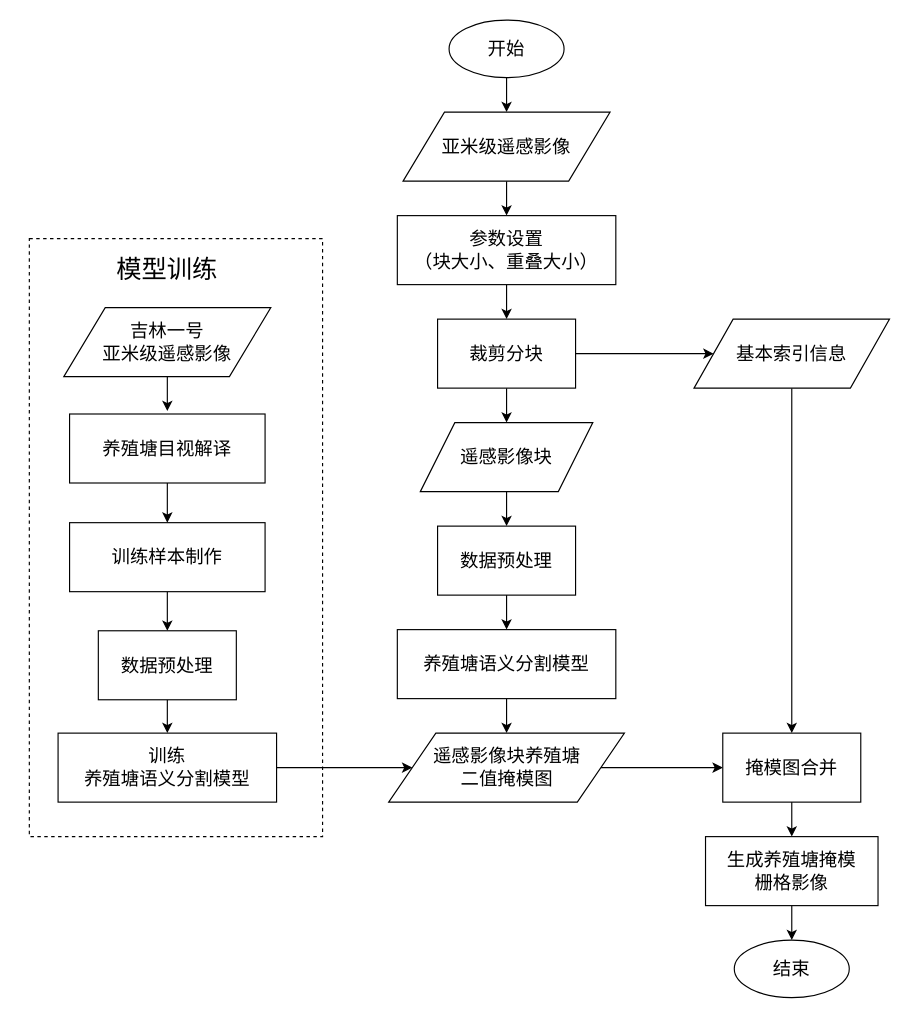
Earlier version of the draw.io diagram 养殖塘检测方法专利框架图(终) .drawio (yongli-Hu11/draw.io). Source tidied: cells renumbered, new cells numbered last; positions are measured from the earlier drawing's top-left corner, leaving out a move shared by most shapes. Both pictures are drawn from the tidied source at 115%, with x=0, y=0 at pixel (29, 20).
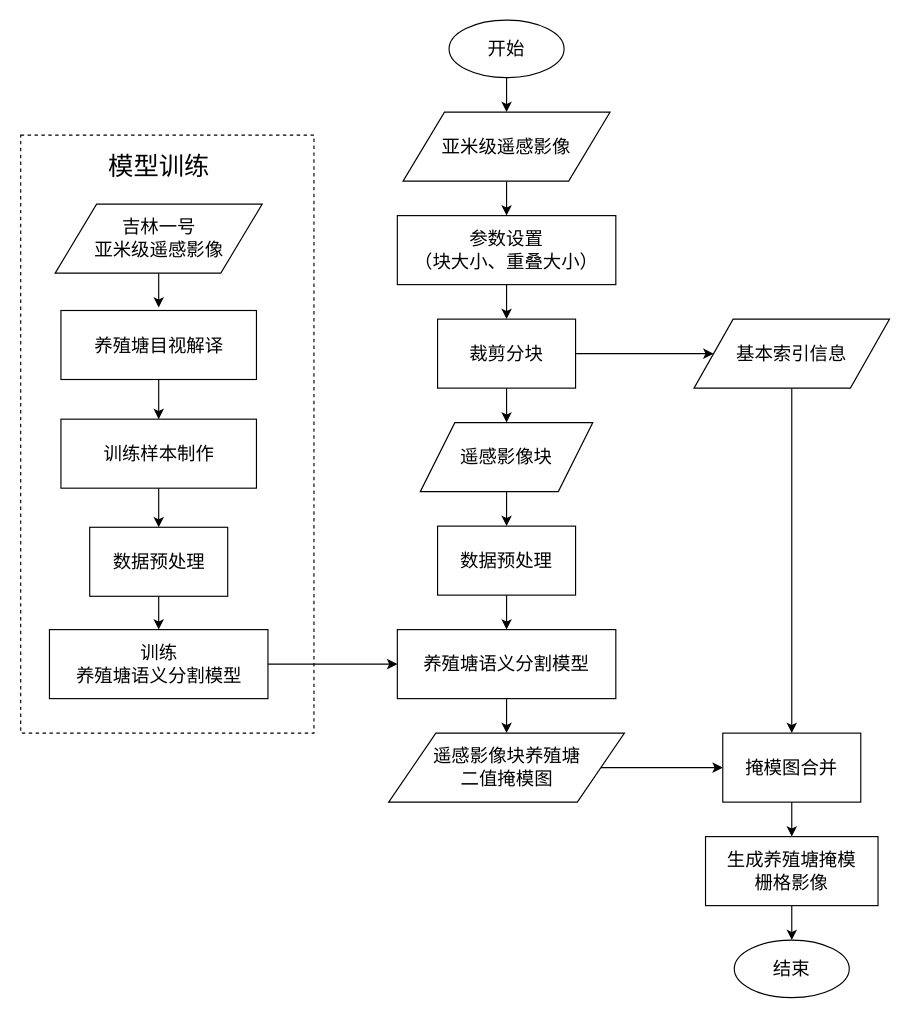
After the change.

Commit message:
Update 养殖塘检测方法专利框架图(终) .drawio

Unchanged cells that the change refers to:
```xml
<mxCell id="16" value="养殖塘语义分割模型" style="rounded=0;whiteSpace=wrap;html=1;fontSize=16;" parent="1" vertex="1">
  <mxGeometry x="320" y="530" width="190" height="60" as="geometry" />
</mxCell>
<mxCell id="20" value="遥感影像块养殖塘&lt;br&gt;二值掩模图" style="shape=parallelogram;perimeter=parallelogramPerimeter;whiteSpace=wrap;html=1;fontSize=16;" parent="1" vertex="1">
  <mxGeometry x="312.5" y="620" width="205" height="60" as="geometry" />
</mxCell>
```

Change to the diagram source:
```diff
@@
     <mxCell id="2" style="rounded=0;whiteSpace=wrap;html=1;dashed=1;" parent="1" vertex="1">
-      <mxGeometry y="190" width="255" height="520" as="geometry" />
+      <mxGeometry x="-7.5" y="100" width="255" height="520" as="geometry" />
     </mxCell>
@@
     <mxCell id="27" style="edgeStyle=orthogonalEdgeStyle;rounded=0;jettySize=auto;html=1;exitX=0.5;exitY=1;exitDx=0;exitDy=0;" parent="1" edge="1" source="28">
       <mxGeometry relative="1" as="geometry">
-        <mxPoint x="120" y="340" as="targetPoint" />
+        <mxPoint x="112.5" y="250" as="targetPoint" />
       </mxGeometry>
     </mxCell>
     <mxCell id="28" value="吉林一号&lt;br&gt;亚米级遥感影像" style="shape=parallelogram;perimeter=parallelogramPerimeter;whiteSpace=wrap;html=1;fontSize=16;" parent="1" vertex="1">
-      <mxGeometry x="30" y="250" width="180" height="60" as="geometry" />
+      <mxGeometry x="22.5" y="160" width="180" height="60" as="geometry" />
     </mxCell>
@@
     <mxCell id="30" value="养殖塘目视解译" style="rounded=0;whiteSpace=wrap;html=1;fontSize=16;" parent="1" vertex="1">
-      <mxGeometry x="35" y="342.5" width="170" height="60" as="geometry" />
+      <mxGeometry x="27.5" y="252.5" width="170" height="60" as="geometry" />
     </mxCell>
@@
     <mxCell id="32" value="训练样本制作" style="rounded=0;whiteSpace=wrap;html=1;fontSize=16;" parent="1" vertex="1">
-      <mxGeometry x="35" y="437" width="170" height="60" as="geometry" />
+      <mxGeometry x="27.5" y="347" width="170" height="60" as="geometry" />
     </mxCell>
-    <mxCell id="33" style="edgeStyle=orthogonalEdgeStyle;rounded=0;jettySize=auto;html=1;exitX=1;exitY=0.5;exitDx=0;exitDy=0;entryX=0;entryY=0.5;entryDx=0;entryDy=0;" parent="1" edge="1" source="34" target="20">
+    <mxCell id="33" style="edgeStyle=orthogonalEdgeStyle;rounded=0;jettySize=auto;html=1;exitX=1;exitY=0.5;exitDx=0;exitDy=0;entryX=0;entryY=0.5;entryDx=0;entryDy=0;" parent="1" edge="1" source="34" target="16">
       <mxGeometry relative="1" as="geometry" />
     </mxCell>
     <mxCell id="34" value="训练&lt;br&gt;养殖塘语义分割模型" style="rounded=0;whiteSpace=wrap;html=1;fontSize=16;" parent="1" vertex="1">
-      <mxGeometry x="25" y="620" width="190" height="60" as="geometry" />
+      <mxGeometry x="17.5" y="530" width="190" height="60" as="geometry" />
     </mxCell>
@@
     <mxCell id="36" value="数据预处理" style="rounded=0;whiteSpace=wrap;html=1;fontSize=16;" parent="1" vertex="1">
-      <mxGeometry x="60" y="531" width="120" height="60" as="geometry" />
+      <mxGeometry x="52.5" y="441" width="120" height="60" as="geometry" />
     </mxCell>
     <mxCell id="37" value="&lt;font style=&quot;font-size: 22px&quot;&gt;模型训练&lt;/font&gt;" style="text;html=1;strokeColor=none;fillColor=none;align=center;verticalAlign=middle;whiteSpace=wrap;rounded=0;dashed=1;" parent="1" vertex="1">
-      <mxGeometry x="70" y="207.5" width="100" height="20" as="geometry" />
+      <mxGeometry x="62.5" y="117.5" width="100" height="20" as="geometry" />
     </mxCell>
```
